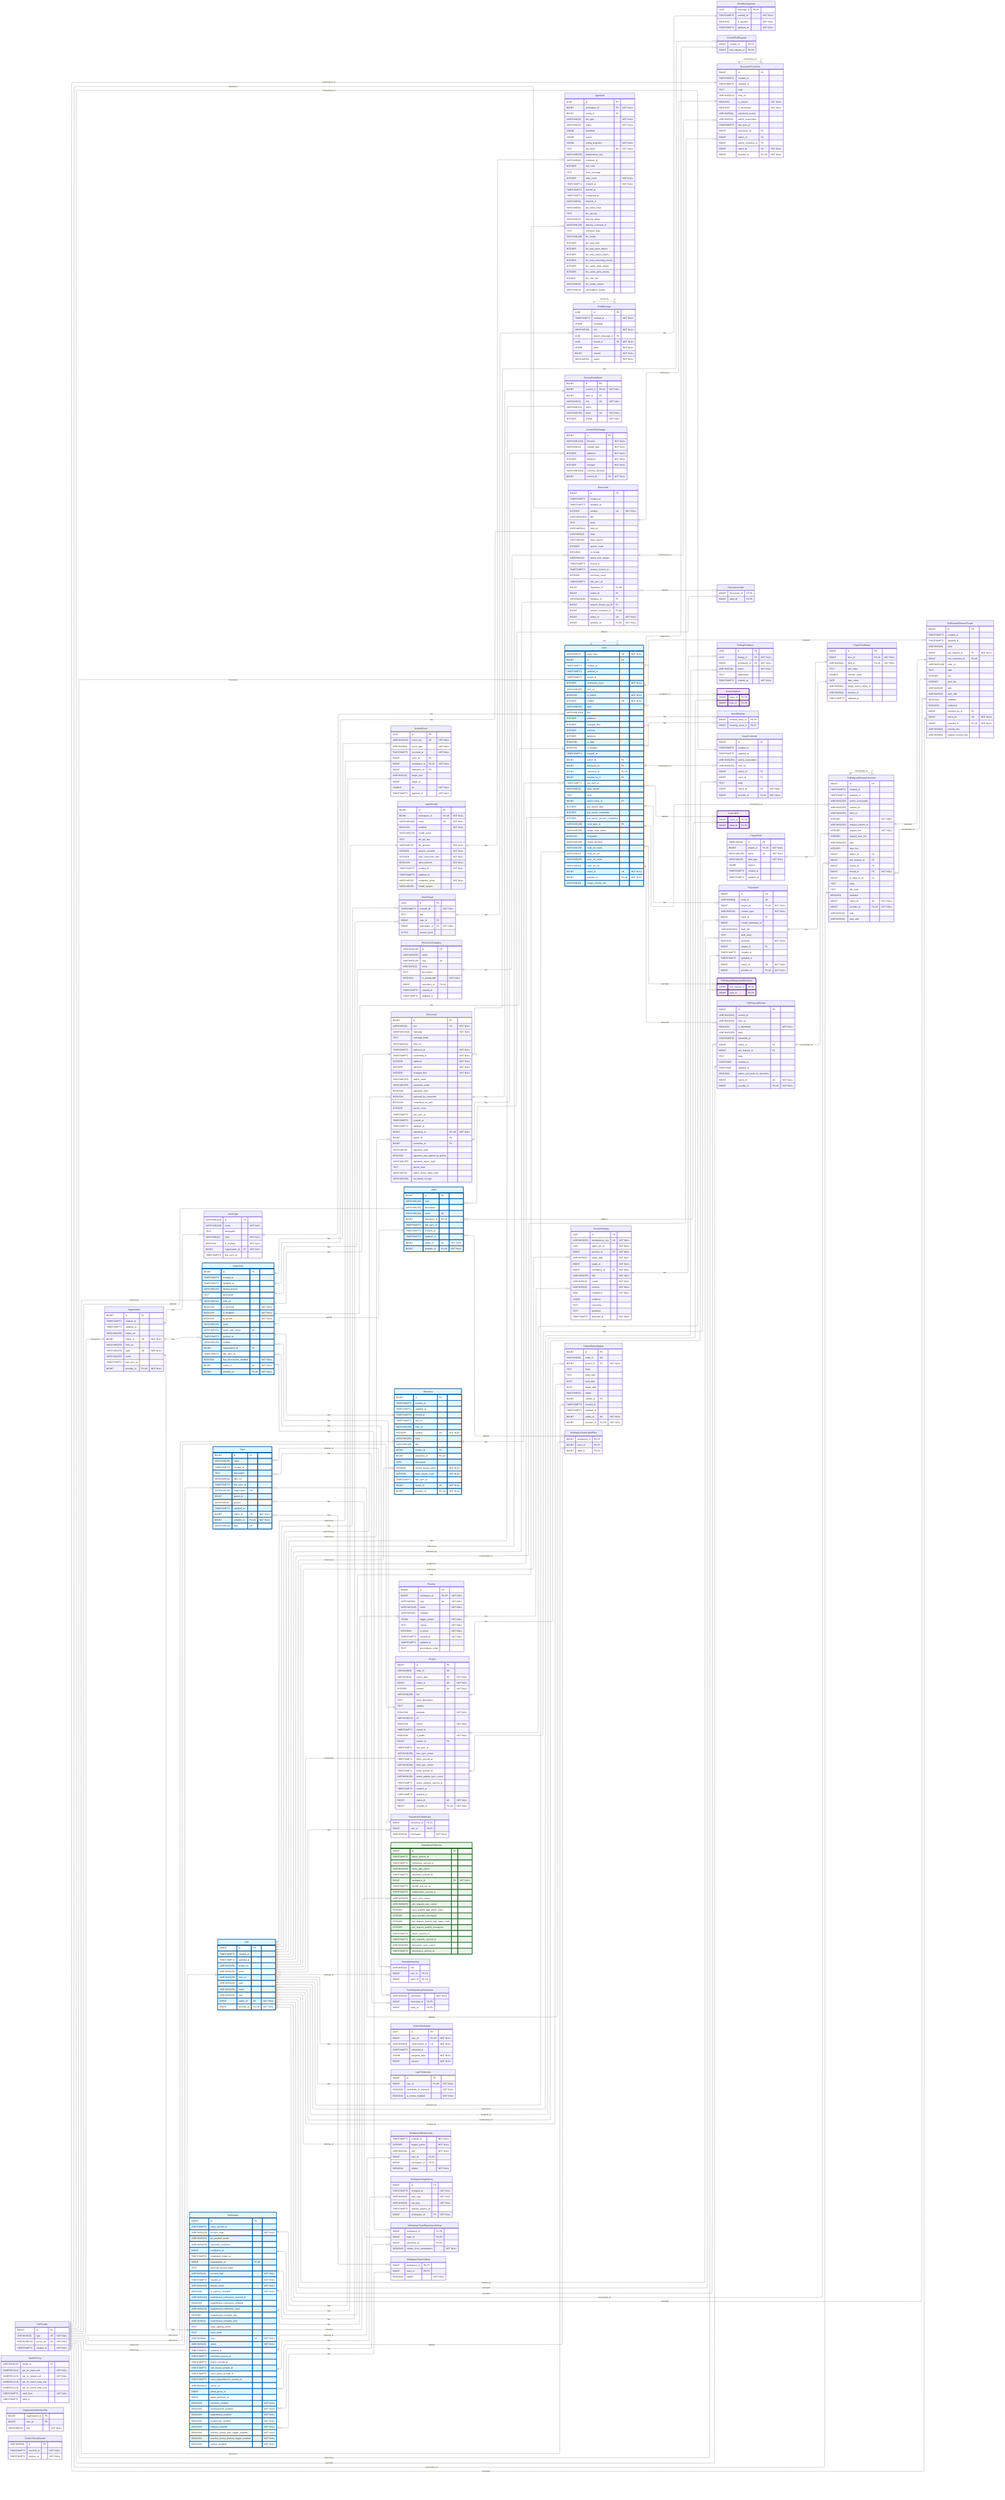
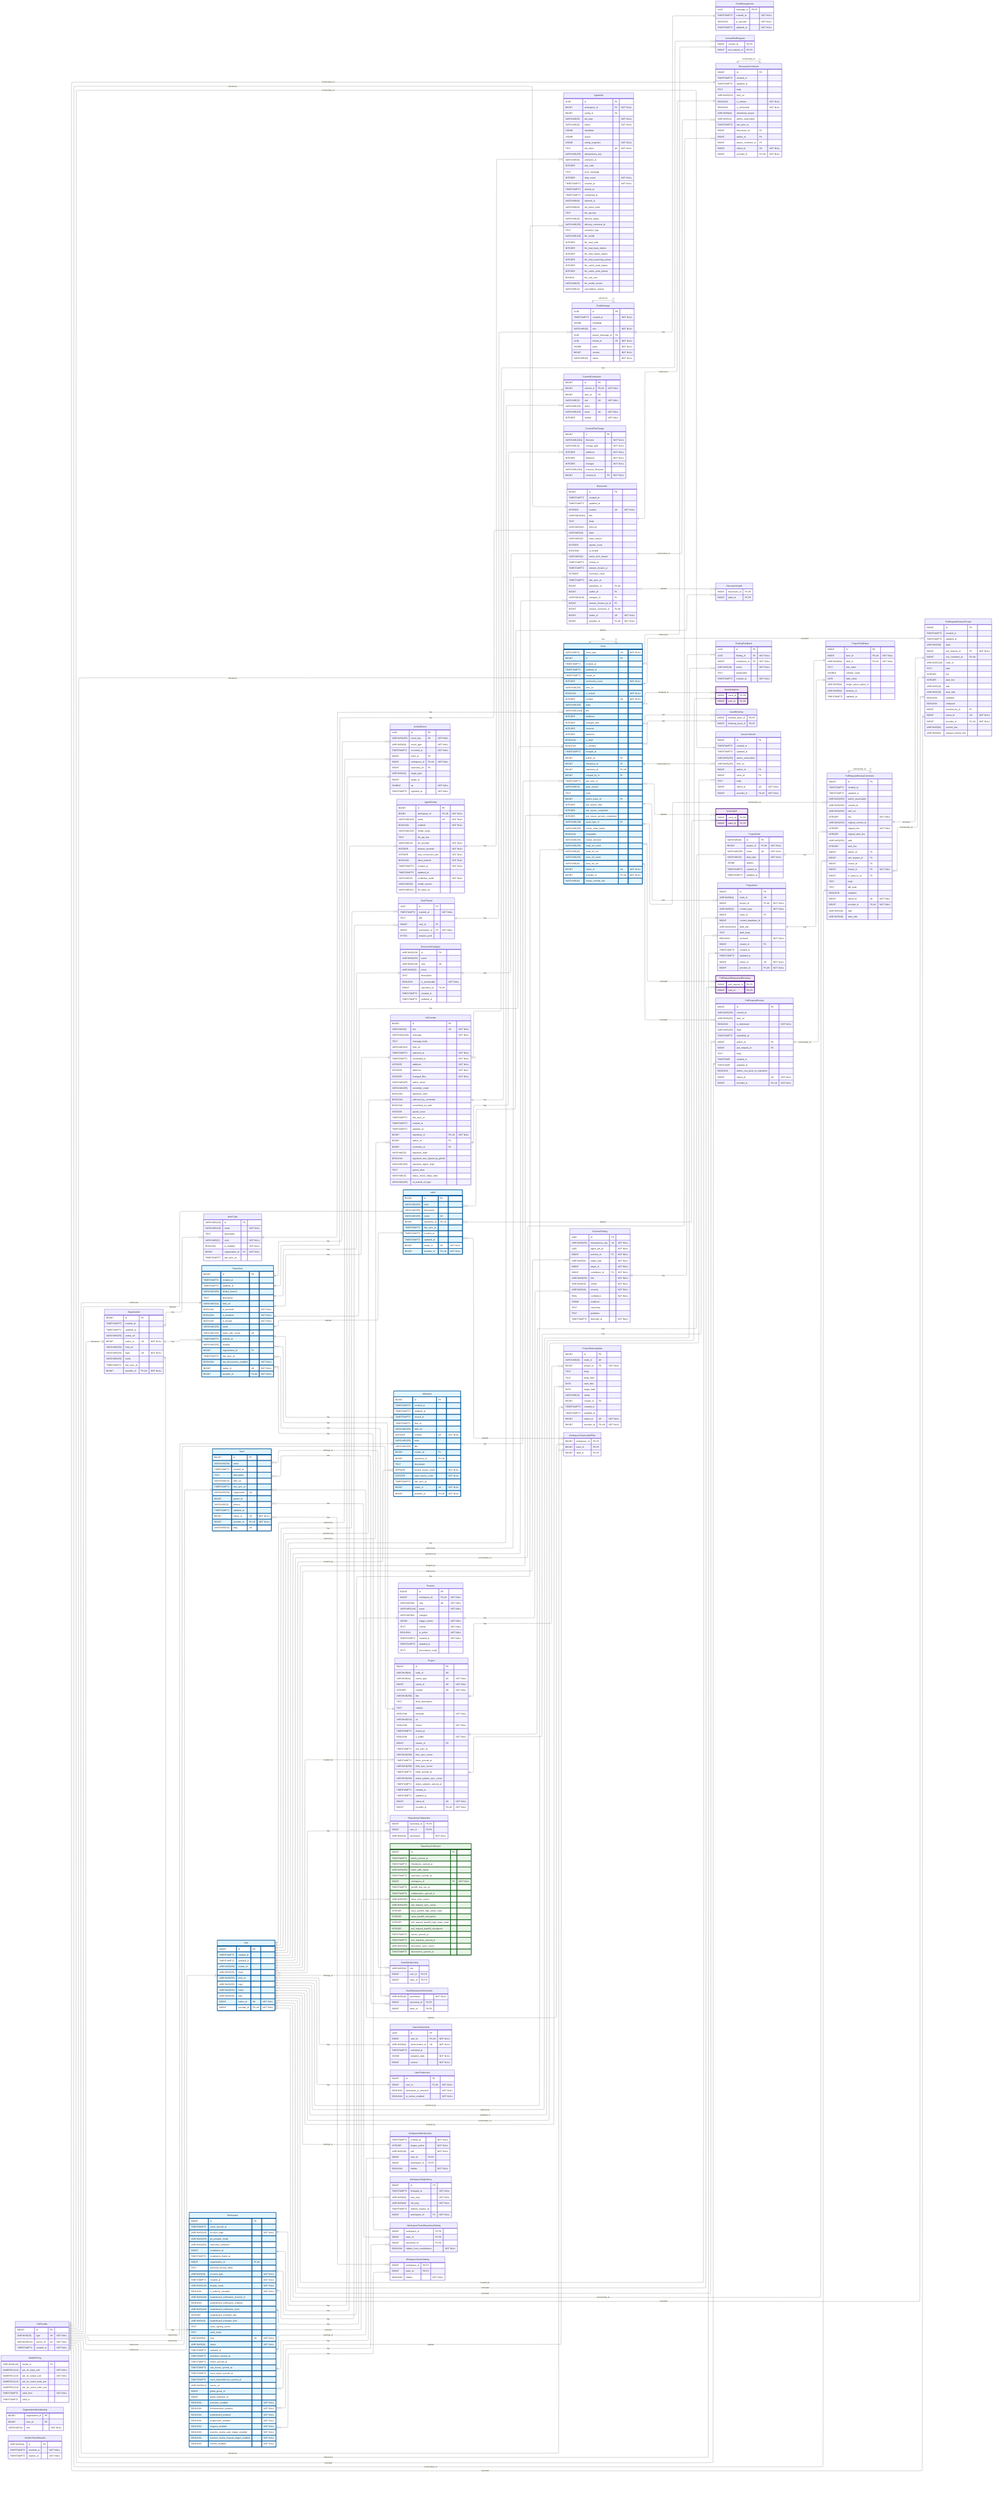
---
config:
    layout: elk
---
erDiagram
    %% Generated automatically from PostgreSQL database schema
    %% using scripts/generate-mermaid-erd.ts
    %% To regenerate: pnpm run db:generate-erd-docs

    direction LR

    ActivityEvent {
        UUID id PK
        VARCHAR(255) event_key UK "NOT NULL"
        VARCHAR(64) event_type "NOT NULL"
        TIMESTAMPTZ occurred_at "NOT NULL"
        BIGINT actor_id FK
        BIGINT workspace_id FK,UK "NOT NULL"
        BIGINT repository_id FK
        VARCHAR(32) target_type
        BIGINT target_id
        DOUBLE xp "NOT NULL"
        TIMESTAMPTZ ingested_at "NOT NULL"
    }

    AgentConfig {
        BIGINT id PK
        BIGINT workspace_id FK,UK "NOT NULL"
        VARCHAR(100) name UK "NOT NULL"
        BOOLEAN enabled "NOT NULL"
        VARCHAR(128) model_name
        TEXT llm_api_key
        VARCHAR(32) llm_provider "NOT NULL"
        INTEGER timeout_seconds "NOT NULL"
        INTEGER max_concurrent_jobs "NOT NULL"
        BOOLEAN allow_internet "NOT NULL"
        TIMESTAMPTZ created_at "NOT NULL"
        TIMESTAMPTZ updated_at
        VARCHAR(16) credential_mode "NOT NULL"
        VARCHAR(50) model_version
+         VARCHAR(512) llm_base_url
    }

    AgentJob {
        UUID id PK
        BIGINT workspace_id FK "NOT NULL"
        BIGINT config_id FK
        VARCHAR(50) job_type "NOT NULL"
        VARCHAR(20) status "NOT NULL"
        JSONB metadata
        JSONB output
        JSONB config_snapshot "NOT NULL"
        TEXT job_token UK "NOT NULL"
        VARCHAR(255) idempotency_key
        VARCHAR(64) container_id
        INTEGER exit_code
        TEXT error_message
        INTEGER retry_count "NOT NULL"
        TIMESTAMPTZ created_at "NOT NULL"
        TIMESTAMPTZ started_at
        TIMESTAMPTZ completed_at
        VARCHAR(64) network_id
        VARCHAR(64) job_token_hash
        TEXT llm_api_key
        VARCHAR(20) delivery_status
        VARCHAR(255) delivery_comment_id
        TEXT container_logs
        VARCHAR(100) llm_model
        INTEGER llm_total_calls
        INTEGER llm_total_input_tokens
        INTEGER llm_total_output_tokens
        INTEGER llm_total_reasoning_tokens
        INTEGER llm_cache_read_tokens
        INTEGER llm_cache_write_tokens
        DOUBLE llm_cost_usd
        VARCHAR(50) llm_model_version
        VARCHAR(32) cancellation_reason
    }

    ChatMessage {
        UUID id PK
        TIMESTAMPTZ created_at "NOT NULL"
        JSONB metadata
        VARCHAR(16) role "NOT NULL"
        UUID parent_message_id FK
        UUID thread_id FK "NOT NULL"
        JSONB parts "NOT NULL"
        BIGINT version "NOT NULL"
        VARCHAR(16) status "NOT NULL"
    }

    ChatMessageVote {
        UUID message_id PK,FK
        TIMESTAMPTZ created_at "NOT NULL"
        BOOLEAN is_upvoted "NOT NULL"
        TIMESTAMPTZ updated_at "NOT NULL"
    }

    ChatThread {
        UUID id PK
        TIMESTAMPTZ created_at "NOT NULL"
        TEXT title
        BIGINT user_id FK
        BIGINT workspace_id FK "NOT NULL"
        BYTEA session_jsonl
    }

    CommitContributor {
        BIGINT id PK
        BIGINT commit_id FK,UK "NOT NULL"
        BIGINT user_id FK
        VARCHAR(32) role UK "NOT NULL"
        VARCHAR(255) name
        VARCHAR(255) email UK "NOT NULL"
        INTEGER ordinal "NOT NULL"
    }

    CommitFileChange {
        BIGINT id PK
        VARCHAR(1024) filename "NOT NULL"
        VARCHAR(32) change_type "NOT NULL"
        INTEGER additions "NOT NULL"
        INTEGER deletions "NOT NULL"
        INTEGER changes "NOT NULL"
        VARCHAR(1024) previous_filename
        BIGINT commit_id FK "NOT NULL"
    }

    CommitPullRequest {
        BIGINT commit_id PK,FK
        BIGINT pull_request_id PK,FK
    }

    Discussion {
        BIGINT id PK
        TIMESTAMPTZ created_at
        TIMESTAMPTZ updated_at
        INTEGER number UK "NOT NULL"
        VARCHAR(1024) title
        TEXT body
        VARCHAR(512) html_url
        VARCHAR(16) state
        VARCHAR(32) state_reason
        INTEGER upvote_count
        BOOLEAN is_locked
        VARCHAR(32) active_lock_reason
        TIMESTAMPTZ closed_at
        TIMESTAMPTZ answer_chosen_at
        INTEGER comment_count
        TIMESTAMPTZ last_sync_at
        BIGINT repository_id FK,UK
        BIGINT author_id FK
        VARCHAR(128) category_id FK
        BIGINT answer_chosen_by_id FK
        BIGINT answer_comment_id FK,UK
        BIGINT native_id UK "NOT NULL"
        BIGINT provider_id FK,UK "NOT NULL"
    }

    DiscussionCategory {
        VARCHAR(128) id PK
        VARCHAR(255) name
        VARCHAR(128) slug UK
        VARCHAR(32) emoji
        TEXT description
        BOOLEAN is_answerable "NOT NULL"
        BIGINT repository_id FK,UK
        TIMESTAMPTZ created_at
        TIMESTAMPTZ updated_at
    }

    DiscussionComment {
        BIGINT id PK
        TIMESTAMPTZ created_at
        TIMESTAMPTZ updated_at
        TEXT body
        VARCHAR(512) html_url
        BOOLEAN is_answer "NOT NULL"
        BOOLEAN is_minimized "NOT NULL"
        VARCHAR(64) minimized_reason
        VARCHAR(32) author_association
        TIMESTAMPTZ last_sync_at
        BIGINT discussion_id FK
        BIGINT author_id FK
        BIGINT parent_comment_id FK
        BIGINT native_id UK "NOT NULL"
        BIGINT provider_id FK,UK "NOT NULL"
    }

    DiscussionLabel {
        BIGINT discussion_id PK,FK
        BIGINT label_id PK,FK
    }

    FindingFeedback {
        UUID id PK
        UUID finding_id FK "NOT NULL"
        BIGINT contributor_id FK "NOT NULL"
        VARCHAR(16) action "NOT NULL"
        TEXT explanation
        TIMESTAMPTZ created_at "NOT NULL"
    }

    GitCommit {
        BIGINT id PK
        VARCHAR(40) sha UK "NOT NULL"
        VARCHAR(1024) message "NOT NULL"
        TEXT message_body
        VARCHAR(512) html_url
        TIMESTAMPTZ authored_at "NOT NULL"
        TIMESTAMPTZ committed_at "NOT NULL"
        INTEGER additions "NOT NULL"
        INTEGER deletions "NOT NULL"
        INTEGER changed_files "NOT NULL"
        VARCHAR(255) author_email
        VARCHAR(255) committer_email
        BOOLEAN signature_valid
        BOOLEAN authored_by_committer
        BOOLEAN committed_via_web
        INTEGER parent_count
        TIMESTAMPTZ last_sync_at
        TIMESTAMPTZ created_at
        TIMESTAMPTZ updated_at
        BIGINT repository_id FK,UK "NOT NULL"
        BIGINT author_id FK
        BIGINT committer_id FK
        VARCHAR(32) signature_state
        BOOLEAN signature_was_signed_by_github
        VARCHAR(255) signature_signer_login
        TEXT parent_shas
        VARCHAR(32) status_check_rollup_state
        VARCHAR(255) on_behalf_of_login
    }

    GitProvider {
        BIGINT id PK
        VARCHAR(10) type UK "NOT NULL"
        VARCHAR(512) server_url UK "NOT NULL"
        TIMESTAMPTZ created_at "NOT NULL"
    }

    Issue {
        VARCHAR(31) issue_type UK "NOT NULL"
        BIGINT id PK
        TIMESTAMPTZ created_at
        TIMESTAMPTZ updated_at
        TIMESTAMPTZ closed_at
        INTEGER comments_count "NOT NULL"
        VARCHAR(255) html_url
        BOOLEAN is_locked "NOT NULL"
        INTEGER number UK "NOT NULL"
        VARCHAR(255) state
        VARCHAR(1024) title
        INTEGER additions
        INTEGER changed_files
        INTEGER commits
        INTEGER deletions
        BOOLEAN is_draft
        BOOLEAN is_merged
        TIMESTAMPTZ merged_at
        BIGINT author_id FK
        BIGINT milestone_id FK
        BIGINT repository_id FK,UK
        BIGINT merged_by_id FK
        TIMESTAMPTZ last_sync_at
        VARCHAR(32) state_reason
        TEXT body
        BIGINT parent_issue_id FK
        INTEGER sub_issues_total
        INTEGER sub_issues_completed
        INTEGER sub_issues_percent_completed
        VARCHAR(128) issue_type_id FK
        VARCHAR(255) merge_state_status
        BOOLEAN mergeable
        VARCHAR(255) review_decision
        VARCHAR(255) head_ref_name
        VARCHAR(40) head_ref_oid
        VARCHAR(255) base_ref_name
        VARCHAR(40) base_ref_oid
        BIGINT native_id UK "NOT NULL"
        BIGINT provider_id FK,UK "NOT NULL"
        VARCHAR(40) merge_commit_sha
    }

    IssueAssignee {
        BIGINT issue_id PK,FK
        BIGINT user_id PK,FK
    }

    IssueBlocking {
        BIGINT blocked_issue_id PK,FK
        BIGINT blocking_issue_id PK,FK
    }

    IssueComment {
        BIGINT id PK
        TIMESTAMPTZ created_at
        TIMESTAMPTZ updated_at
        VARCHAR(255) author_association
        VARCHAR(255) html_url
        BIGINT author_id FK
        BIGINT issue_id FK
        TEXT body
        BIGINT native_id UK "NOT NULL"
        BIGINT provider_id FK,UK "NOT NULL"
    }

    IssueLabel {
        BIGINT issue_id PK,FK
        BIGINT label_id PK,FK
    }

    IssueType {
        VARCHAR(128) id PK
        VARCHAR(128) name "NOT NULL"
        TEXT description
        VARCHAR(20) color "NOT NULL"
        BOOLEAN is_enabled "NOT NULL"
        BIGINT organization_id FK "NOT NULL"
        TIMESTAMPTZ last_sync_at
    }

    Label {
        BIGINT id PK
        VARCHAR(255) color
        VARCHAR(255) description
        VARCHAR(255) name UK
        BIGINT repository_id FK,UK
        TIMESTAMPTZ last_sync_at
        TIMESTAMPTZ created_at
        TIMESTAMPTZ updated_at
        BIGINT native_id UK "NOT NULL"
        BIGINT provider_id FK,UK "NOT NULL"
    }

    Milestone {
        BIGINT id PK
        TIMESTAMPTZ created_at
        TIMESTAMPTZ updated_at
        TIMESTAMPTZ closed_at
        TIMESTAMPTZ due_on
        VARCHAR(255) html_url
        INTEGER number UK "NOT NULL"
        VARCHAR(255) state
        VARCHAR(255) title
        BIGINT creator_id FK
        BIGINT repository_id FK,UK
        TEXT description
        INTEGER closed_issues_count "NOT NULL"
        INTEGER open_issues_count "NOT NULL"
        TIMESTAMPTZ last_sync_at
        BIGINT native_id UK "NOT NULL"
        BIGINT provider_id FK,UK "NOT NULL"
    }

    ModelPricing {
        VARCHAR(128) model_id PK
        NUMERIC(12,6) per_1k_input_usd "NOT NULL"
        NUMERIC(12,6) per_1k_output_usd "NOT NULL"
        NUMERIC(12,6) per_1k_cache_read_usd
        NUMERIC(12,6) per_1k_cache_write_usd
        TIMESTAMPTZ valid_from "NOT NULL"
        TIMESTAMPTZ valid_to
    }

    Organization {
        BIGINT id PK
        TIMESTAMPTZ created_at
        TIMESTAMPTZ updated_at
        VARCHAR(255) avatar_url
        BIGINT native_id UK "NOT NULL"
        VARCHAR(255) html_url
        VARCHAR(255) login UK "NOT NULL"
        VARCHAR(255) name
        TIMESTAMPTZ last_sync_at
        BIGINT provider_id FK,UK "NOT NULL"
    }

    OrganizationMembership {
        BIGINT organization_id PK
        BIGINT user_id PK
        VARCHAR(32) role "NOT NULL"
    }

    Practice {
        BIGINT id PK
        BIGINT workspace_id FK,UK "NOT NULL"
        VARCHAR(64) slug UK "NOT NULL"
        VARCHAR(128) name "NOT NULL"
        VARCHAR(64) category
        JSONB trigger_events "NOT NULL"
        TEXT criteria "NOT NULL"
        BOOLEAN is_active "NOT NULL"
        TIMESTAMPTZ created_at "NOT NULL"
        TIMESTAMPTZ updated_at
        TEXT precompute_script
    }

    PracticeFinding {
        UUID id PK
        VARCHAR(255) idempotency_key UK "NOT NULL"
        UUID agent_job_id "NOT NULL"
        BIGINT practice_id FK "NOT NULL"
        VARCHAR(32) target_type "NOT NULL"
        BIGINT target_id "NOT NULL"
        BIGINT contributor_id FK "NOT NULL"
        VARCHAR(255) title "NOT NULL"
        VARCHAR(16) verdict "NOT NULL"
        VARCHAR(16) severity "NOT NULL"
        REAL confidence "NOT NULL"
        JSONB evidence
        TEXT reasoning
        TEXT guidance
        TIMESTAMPTZ detected_at "NOT NULL"
    }

    Project {
        BIGINT id PK
        VARCHAR(64) node_id UK
        VARCHAR(32) owner_type UK "NOT NULL"
        BIGINT owner_id UK "NOT NULL"
        INTEGER number UK "NOT NULL"
        VARCHAR(256) title
        TEXT short_description
        TEXT readme
        BOOLEAN template "NOT NULL"
        VARCHAR(512) url
        BOOLEAN closed "NOT NULL"
        TIMESTAMPTZ closed_at
        BOOLEAN is_public "NOT NULL"
        BIGINT creator_id FK
        TIMESTAMPTZ last_sync_at
        VARCHAR(256) item_sync_cursor
        TIMESTAMPTZ items_synced_at
        VARCHAR(256) field_sync_cursor
        TIMESTAMPTZ fields_synced_at
        VARCHAR(256) status_update_sync_cursor
        TIMESTAMPTZ status_updates_synced_at
        TIMESTAMPTZ created_at
        TIMESTAMPTZ updated_at
        BIGINT native_id UK "NOT NULL"
        BIGINT provider_id FK,UK "NOT NULL"
    }

    ProjectField {
        VARCHAR(64) id PK
        BIGINT project_id FK,UK "NOT NULL"
        VARCHAR(256) name UK "NOT NULL"
        VARCHAR(32) data_type "NOT NULL"
        JSONB options
        TIMESTAMPTZ created_at
        TIMESTAMPTZ updated_at
    }

    ProjectFieldValue {
        BIGINT id PK
        BIGINT item_id FK,UK "NOT NULL"
        VARCHAR(64) field_id FK,UK "NOT NULL"
        TEXT text_value
        DOUBLE number_value
        DATE date_value
        VARCHAR(64) single_select_option_id
        VARCHAR(64) iteration_id
        TIMESTAMPTZ updated_at
    }

    ProjectItem {
        BIGINT id PK
        VARCHAR(64) node_id UK
        BIGINT project_id FK,UK "NOT NULL"
        VARCHAR(32) content_type "NOT NULL"
        BIGINT issue_id FK
        BIGINT content_database_id
        VARCHAR(1024) draft_title
        TEXT draft_body
        BOOLEAN archived "NOT NULL"
        BIGINT creator_id FK
        TIMESTAMPTZ created_at
        TIMESTAMPTZ updated_at
        BIGINT native_id UK "NOT NULL"
        BIGINT provider_id FK,UK "NOT NULL"
    }

    ProjectStatusUpdate {
        BIGINT id PK
        VARCHAR(64) node_id UK
        BIGINT project_id FK "NOT NULL"
        TEXT body
        TEXT body_html
        DATE start_date
        DATE target_date
        VARCHAR(32) status
        BIGINT creator_id FK
        TIMESTAMPTZ created_at
        TIMESTAMPTZ updated_at
        BIGINT native_id UK "NOT NULL"
        BIGINT provider_id FK,UK "NOT NULL"
    }

    PullRequestRequestedReviewer {
        BIGINT pull_request_id PK,FK
        BIGINT user_id PK,FK
    }

    PullRequestReview {
        BIGINT id PK
        VARCHAR(255) commit_id
        VARCHAR(255) html_url
        BOOLEAN is_dismissed "NOT NULL"
        VARCHAR(255) state
        TIMESTAMPTZ submitted_at
        BIGINT author_id FK
        BIGINT pull_request_id FK
        TEXT body
        TIMESTAMP created_at
        TIMESTAMP updated_at
        BOOLEAN author_can_push_to_repository
        BIGINT native_id UK "NOT NULL"
        BIGINT provider_id FK,UK "NOT NULL"
    }

    PullRequestReviewComment {
        BIGINT id PK
        TIMESTAMPTZ created_at
        TIMESTAMPTZ updated_at
        VARCHAR(255) author_association
        VARCHAR(255) commit_id
        VARCHAR(255) html_url
        INTEGER line "NOT NULL"
        VARCHAR(255) original_commit_id
        INTEGER original_line "NOT NULL"
        INTEGER original_start_line
        VARCHAR(255) path
        INTEGER start_line
        BIGINT author_id FK
        BIGINT pull_request_id FK
        BIGINT review_id FK
        BIGINT thread_id FK "NOT NULL"
        BIGINT in_reply_to_id FK
        TEXT body
        TEXT diff_hunk
        BOOLEAN outdated
        BIGINT native_id UK "NOT NULL"
        BIGINT provider_id FK,UK "NOT NULL"
        VARCHAR(16) side
        VARCHAR(16) start_side
    }

    PullRequestReviewThread {
        BIGINT id PK
        TIMESTAMPTZ created_at
        TIMESTAMPTZ updated_at
        VARCHAR(20) state
        BIGINT pull_request_id FK "NOT NULL"
        BIGINT root_comment_id FK,UK
        VARCHAR(128) node_id
        TEXT path
        INTEGER line
        INTEGER start_line
        VARCHAR(16) side
        VARCHAR(16) start_side
        BOOLEAN outdated
        BOOLEAN collapsed
        BIGINT resolved_by_id FK
        BIGINT native_id UK "NOT NULL"
        BIGINT provider_id FK,UK "NOT NULL"
        VARCHAR(64) commit_sha
        VARCHAR(64) original_commit_sha
    }

    Repository {
        BIGINT id PK
        TIMESTAMPTZ created_at
        TIMESTAMPTZ updated_at
        VARCHAR(255) default_branch
        TEXT description
        VARCHAR(512) html_url
        BOOLEAN is_archived "NOT NULL"
        BOOLEAN is_disabled "NOT NULL"
        BOOLEAN is_private "NOT NULL"
        VARCHAR(255) name
        VARCHAR(150) name_with_owner UK
        TIMESTAMPTZ pushed_at
        VARCHAR(255) visibility
        BIGINT organization_id FK
        TIMESTAMPTZ last_sync_at
        BOOLEAN has_discussions_enabled "NOT NULL"
        BIGINT native_id UK "NOT NULL"
        BIGINT provider_id FK,UK "NOT NULL"
    }

    RepositoryCollaborator {
        BIGINT repository_id PK,FK
        BIGINT user_id PK,FK
        VARCHAR(32) permission "NOT NULL"
    }

    RepositoryToMonitor {
        BIGINT id PK
        TIMESTAMPTZ labels_synced_at
        TIMESTAMPTZ milestones_synced_at
        VARCHAR(255) name_with_owner
        TIMESTAMPTZ repository_synced_at
        BIGINT workspace_id FK "NOT NULL"
        TIMESTAMPTZ backfill_last_run_at
        TIMESTAMPTZ collaborators_synced_at
        VARCHAR(255) issue_sync_cursor
        VARCHAR(255) pull_request_sync_cursor
        INTEGER issue_backfill_high_water_mark
        INTEGER issue_backfill_checkpoint
        INTEGER pull_request_backfill_high_water_mark
        INTEGER pull_request_backfill_checkpoint
        TIMESTAMPTZ issues_synced_at
        TIMESTAMPTZ pull_requests_synced_at
        VARCHAR(255) discussion_sync_cursor
        TIMESTAMPTZ discussions_synced_at
    }

    Team {
        BIGINT id PK
        VARCHAR(255) name
        TIMESTAMPTZ created_at
        TEXT description
        VARCHAR(512) html_url
        TIMESTAMPTZ last_sync_at
        VARCHAR(255) organization UK
        BIGINT parent_id
        VARCHAR(32) privacy
        TIMESTAMPTZ updated_at
        BIGINT native_id UK "NOT NULL"
        BIGINT provider_id FK,UK "NOT NULL"
        VARCHAR(512) slug UK
    }

    TeamMembership {
        VARCHAR(32) role
        BIGINT user_id PK,FK
        BIGINT team_id PK,FK
    }

    TeamRepositoryPermission {
        VARCHAR(32) permission "NOT NULL"
        BIGINT repository_id PK,FK
        BIGINT team_id PK,FK
    }

    User {
        BIGINT id PK
        TIMESTAMPTZ created_at
        TIMESTAMPTZ updated_at
        VARCHAR(255) avatar_url
        VARCHAR(255) email
        VARCHAR(255) html_url
        VARCHAR(255) login
        VARCHAR(255) name
        VARCHAR(255) type
        BIGINT native_id UK "NOT NULL"
        BIGINT provider_id FK,UK "NOT NULL"
    }

    UserAchievement {
        UUID id PK
        BIGINT user_id FK,UK "NOT NULL"
        VARCHAR(64) achievement_id UK "NOT NULL"
        TIMESTAMPTZ unlocked_at
        JSONB progress_data "NOT NULL"
        BIGINT version "NOT NULL"
    }

    UserPreference {
        BIGINT id PK
        BIGINT user_id FK,UK "NOT NULL"
        BOOLEAN participate_in_research "NOT NULL"
        BOOLEAN ai_review_enabled "NOT NULL"
    }

    WorkerTokenDenylist {
        VARCHAR(64) jti PK
        TIMESTAMPTZ revoked_at "NOT NULL"
        TIMESTAMPTZ expires_at "NOT NULL"
    }

    Workspace {
        BIGINT id PK
        TIMESTAMPTZ users_synced_at
        VARCHAR(120) account_login "NOT NULL"
        VARCHAR(255) git_provider_mode
        VARCHAR(255) repository_selection
        BIGINT installation_id
        TIMESTAMPTZ installation_linked_at
        BIGINT organization_id FK,UK
        TEXT personal_access_token
        VARCHAR(10) account_type "NOT NULL"
        TIMESTAMPTZ created_at "NOT NULL"
        VARCHAR(120) display_name "NOT NULL"
        BOOLEAN is_publicly_viewable "NOT NULL"
        VARCHAR(100) leaderboard_notification_channel_id
        BOOLEAN leaderboard_notification_enabled
        VARCHAR(100) leaderboard_notification_team
        INTEGER leaderboard_schedule_day
        VARCHAR(10) leaderboard_schedule_time
        TEXT slack_signing_secret
        TEXT slack_token
        VARCHAR(64) slug UK "NOT NULL"
        VARCHAR(20) status "NOT NULL"
        TIMESTAMPTZ updated_at
        TIMESTAMPTZ members_synced_at
        TIMESTAMPTZ teams_synced_at
        TIMESTAMPTZ sub_issues_synced_at
        TIMESTAMPTZ issue_types_synced_at
        TIMESTAMPTZ issue_dependencies_synced_at
        VARCHAR(512) server_url
        BIGINT gitlab_group_id
        BIGINT gitlab_webhook_id
        BOOLEAN practices_enabled "NOT NULL"
        BOOLEAN achievements_enabled "NOT NULL"
        BOOLEAN leaderboard_enabled "NOT NULL"
        BOOLEAN progression_enabled "NOT NULL"
        BOOLEAN leagues_enabled "NOT NULL"
        BOOLEAN practice_review_auto_trigger_enabled "NOT NULL"
        BOOLEAN practice_review_manual_trigger_enabled "NOT NULL"
        BOOLEAN mentor_enabled "NOT NULL"
    }

    WorkspaceMembership {
        TIMESTAMPTZ created_at "NOT NULL"
        INTEGER league_points "NOT NULL"
        VARCHAR(16) role "NOT NULL"
        BIGINT user_id PK,FK
        BIGINT workspace_id PK,FK
        BOOLEAN hidden "NOT NULL"
    }

    WorkspaceSlugHistory {
        BIGINT id PK
        TIMESTAMPTZ changed_at "NOT NULL"
        VARCHAR(64) new_slug "NOT NULL"
        VARCHAR(64) old_slug "NOT NULL"
        TIMESTAMPTZ redirect_expires_at
        BIGINT workspace_id FK "NOT NULL"
    }

    WorkspaceTeamLabelFilter {
        BIGINT workspace_id PK,FK
        BIGINT team_id PK,FK
        BIGINT label_id PK,FK
    }

    WorkspaceTeamRepositorySetting {
        BIGINT workspace_id PK,FK
        BIGINT team_id PK,FK
        BIGINT repository_id PK,FK
        BOOLEAN hidden_from_contributions "NOT NULL"
    }

    WorkspaceTeamSetting {
        BIGINT workspace_id PK,FK
        BIGINT team_id PK,FK
        BOOLEAN hidden "NOT NULL"
    }

    %% Relationships
    %% One-to-One relationships
    Workspace ||--|| ActivityEvent : has
    Workspace ||--|| AgentConfig : has
    ChatMessage ||--|| ChatMessageVote : has
    GitCommit ||--|| CommitContributor : has
    DiscussionComment ||--|| Discussion : references
    GitProvider ||--|| Discussion : references
    Repository ||--|| Discussion : has
    Repository ||--|| DiscussionCategory : has
    GitProvider ||--|| DiscussionComment : commented_on
    Repository ||--|| GitCommit : has
    GitProvider ||--|| Issue : references
    Repository ||--|| Issue : has
    GitProvider ||--|| IssueComment : commented_on
    GitProvider ||--|| Label : labeled
    Repository ||--|| Label : labeled
    GitProvider ||--|| Milestone : references
    Repository ||--|| Milestone : has
    GitProvider ||--|| Organization : references
    Workspace ||--|| Practice : has
    GitProvider ||--|| Project : references
    Project ||--|| ProjectField : has
    ProjectField ||--|| ProjectFieldValue : has
    ProjectItem ||--|| ProjectFieldValue : has
    Project ||--|| ProjectItem : has
    GitProvider ||--|| ProjectItem : references
    GitProvider ||--|| ProjectStatusUpdate : references
    GitProvider ||--|| PullRequestReview : reviewed
    GitProvider ||--|| PullRequestReviewComment : commented_on
    GitProvider ||--|| PullRequestReviewThread : reviewed
    PullRequestReviewComment ||--|| PullRequestReviewThread : reviewed
    GitProvider ||--|| Repository : references
    GitProvider ||--|| Team : references
    GitProvider ||--|| User : references
    User ||--|| UserAchievement : has
    User ||--|| UserPreference : has
    Organization ||--|| Workspace : has
    User ||--|| WorkspaceMembership : belongs_to
    Workspace ||--|| WorkspaceMembership : belongs_to

    %% One-to-Many relationships
    User ||--o{ ActivityEvent : references
    Repository ||--o{ ActivityEvent : has
    AgentConfig ||--o{ AgentJob : has
    Workspace ||--o{ AgentJob : has
    ChatMessage ||--o{ ChatMessage : references
    ChatThread ||--o{ ChatMessage : has
    User ||--o{ ChatThread : has
    Workspace ||--o{ ChatThread : has
    User ||--o{ CommitContributor : has
    GitCommit ||--o{ CommitFileChange : has
    User ||--o{ Discussion : references
    User ||--o{ Discussion : authored_by
    DiscussionCategory ||--o{ Discussion : has
    User ||--o{ DiscussionComment : commented_on
    Discussion ||--o{ DiscussionComment : commented_on
    DiscussionComment ||--o{ DiscussionComment : commented_on
    User ||--o{ FindingFeedback : references
    PracticeFinding ||--o{ FindingFeedback : has
    User ||--o{ GitCommit : authored_by
    User ||--o{ GitCommit : references
    User ||--o{ Issue : authored_by
    IssueType ||--o{ Issue : has
    User ||--o{ Issue : merged_by
    Milestone ||--o{ Issue : has
    Issue ||--o{ Issue : has
    User ||--o{ IssueComment : commented_on
    Issue ||--o{ IssueComment : commented_on
    Organization ||--o{ IssueType : has
    User ||--o{ Milestone : created_by
    User ||--o{ PracticeFinding : references
    Practice ||--o{ PracticeFinding : has
    User ||--o{ Project : created_by
    User ||--o{ ProjectItem : created_by
    Issue ||--o{ ProjectItem : has
    User ||--o{ ProjectStatusUpdate : created_by
    Project ||--o{ ProjectStatusUpdate : has
    User ||--o{ PullRequestReview : reviewed
    Issue ||--o{ PullRequestReview : reviewed
    User ||--o{ PullRequestReviewComment : commented_on
    PullRequestReviewComment ||--o{ PullRequestReviewComment : commented_on
    Issue ||--o{ PullRequestReviewComment : commented_on
    PullRequestReview ||--o{ PullRequestReviewComment : commented_on
    PullRequestReviewThread ||--o{ PullRequestReviewComment : commented_on
    Issue ||--o{ PullRequestReviewThread : reviewed
    User ||--o{ PullRequestReviewThread : reviewed
    Organization ||--o{ Repository : has
    Workspace ||--o{ RepositoryToMonitor : monitors
    Workspace ||--o{ WorkspaceSlugHistory : has

    %% Many-to-Many relationships
    GitCommit }o--o{ CommitPullRequest : has
    Issue }o--o{ CommitPullRequest : references
    Discussion }o--o{ DiscussionLabel : labeled
    Label }o--o{ DiscussionLabel : labeled
    Issue }o--o{ IssueAssignee : assigned_to
    User }o--o{ IssueAssignee : assigned_to
    Issue }o--o{ IssueBlocking : has
    Issue }o--o{ IssueBlocking : has
    Issue }o--o{ IssueLabel : labeled
    Label }o--o{ IssueLabel : labeled
    Issue }o--o{ PullRequestRequestedReviewer : reviewed
    User }o--o{ PullRequestRequestedReviewer : reviewed
    Repository }o--o{ RepositoryCollaborator : has
    User }o--o{ RepositoryCollaborator : has
    Team }o--o{ TeamMembership : belongs_to
    User }o--o{ TeamMembership : belongs_to
    Repository }o--o{ TeamRepositoryPermission : has
    Team }o--o{ TeamRepositoryPermission : has
    Label }o--o{ WorkspaceTeamLabelFilter : labeled
    Team }o--o{ WorkspaceTeamLabelFilter : labeled
    Workspace }o--o{ WorkspaceTeamLabelFilter : labeled
    Repository }o--o{ WorkspaceTeamRepositorySetting : has
    Team }o--o{ WorkspaceTeamRepositorySetting : has
    Workspace }o--o{ WorkspaceTeamRepositorySetting : has
    Team }o--o{ WorkspaceTeamSetting : has
    Workspace }o--o{ WorkspaceTeamSetting : has

    %% Styling
    classDef primaryEntity fill:#e1f5fe,stroke:#01579b,stroke-width:2px
    classDef associationEntity fill:#f3e5f5,stroke:#4a148c,stroke-width:2px
    classDef metadataEntity fill:#e8f5e8,stroke:#1b5e20,stroke-width:2px

    class Issue primaryEntity
    class IssueAssignee associationEntity
    class IssueLabel associationEntity
    class Label primaryEntity
    class Milestone primaryEntity
    class PullRequestRequestedReviewer associationEntity
    class Repository primaryEntity
    class RepositoryToMonitor metadataEntity
    class Team primaryEntity
    class User primaryEntity
    class Workspace primaryEntity
